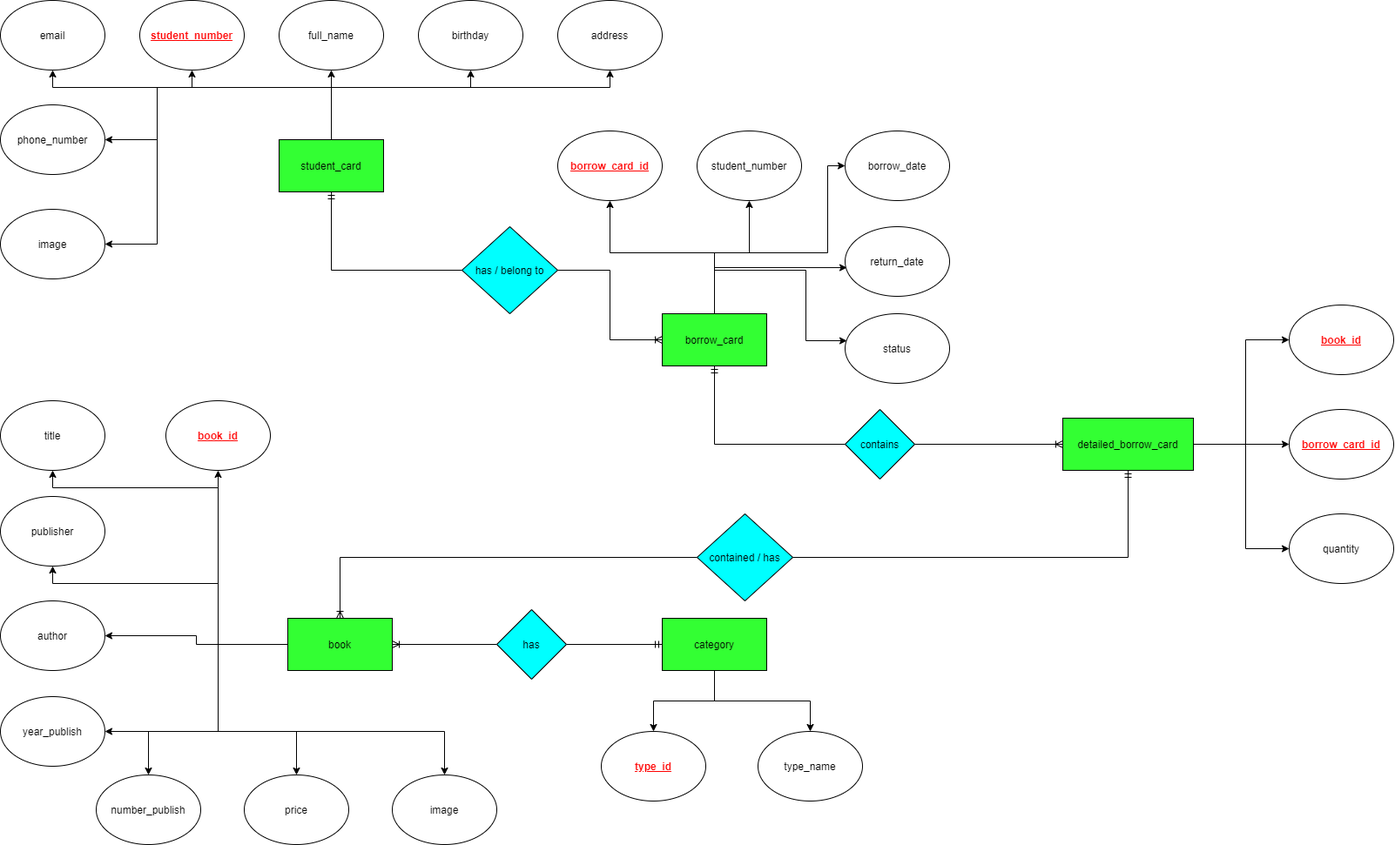
This is Module3/thao_tac_voi_CSDL/bai_tap/book_borrow_design.png from leechooncaao/C1020G1-LePhuocThanhCao, a draw.io export, as it was before one commit. Source tidied: cells renumbered, new cells last; positions are measured from the earlier drawing's top-left corner, leaving out a move shared by most shapes.
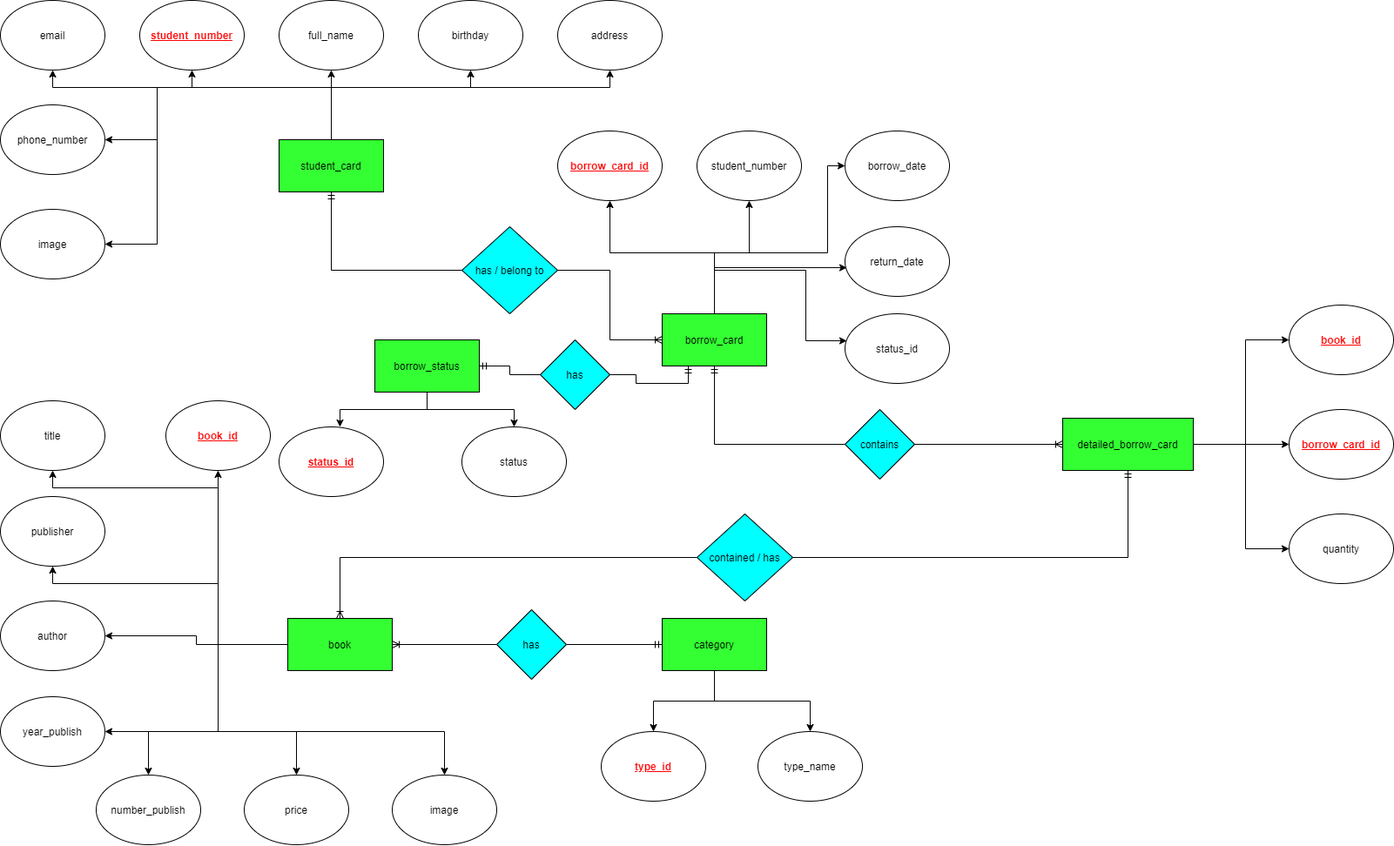
Later version of the same file.

The edit, as a diff of the source:
```diff
@@ -291,7 +291,7 @@
     <mxCell id="63" value="borrow_date" style="ellipse;whiteSpace=wrap;html=1;" parent="1" vertex="1">
       <mxGeometry x="970" y="150" width="120" height="80" as="geometry" />
     </mxCell>
-    <mxCell id="64" value="status" style="ellipse;whiteSpace=wrap;html=1;" parent="1" vertex="1">
+    <mxCell id="64" value="status_id" style="ellipse;whiteSpace=wrap;html=1;" parent="1" vertex="1">
       <mxGeometry x="970" y="360" width="120" height="80" as="geometry" />
     </mxCell>
     <mxCell id="65" value="return_date" style="ellipse;whiteSpace=wrap;html=1;" parent="1" vertex="1">
@@ -306,5 +306,29 @@
     <mxCell id="68" value="quantity" style="ellipse;whiteSpace=wrap;html=1;" parent="1" vertex="1">
       <mxGeometry x="1480" y="590" width="120" height="80" as="geometry" />
     </mxCell>
+    <mxCell id="69" style="edgeStyle=orthogonalEdgeStyle;rounded=0;jettySize=auto;html=1;entryX=0.583;entryY=0;entryDx=0;entryDy=0;entryPerimeter=0;endArrow=classic;endFill=1;" parent="1" edge="1" source="71" target="72">
+      <mxGeometry relative="1" as="geometry" />
+    </mxCell>
+    <mxCell id="70" style="edgeStyle=orthogonalEdgeStyle;rounded=0;jettySize=auto;html=1;endArrow=classic;endFill=1;" parent="1" edge="1" source="71" target="73">
+      <mxGeometry relative="1" as="geometry" />
+    </mxCell>
+    <mxCell id="71" value="borrow_status" style="rounded=0;whiteSpace=wrap;html=1;fillColor=#33FF33;" parent="1" vertex="1">
+      <mxGeometry x="430" y="390" width="120" height="60" as="geometry" />
+    </mxCell>
+    <mxCell id="72" value="&lt;b&gt;&lt;u&gt;&lt;font color=&quot;#ff0000&quot;&gt;status_id&lt;/font&gt;&lt;/u&gt;&lt;/b&gt;" style="ellipse;whiteSpace=wrap;html=1;" parent="1" vertex="1">
+      <mxGeometry x="320" y="490" width="120" height="80" as="geometry" />
+    </mxCell>
+    <mxCell id="73" value="status" style="ellipse;whiteSpace=wrap;html=1;" parent="1" vertex="1">
+      <mxGeometry x="530" y="490" width="120" height="80" as="geometry" />
+    </mxCell>
+    <mxCell id="74" style="edgeStyle=orthogonalEdgeStyle;rounded=0;jettySize=auto;html=1;entryX=0.25;entryY=1;entryDx=0;entryDy=0;endArrow=ERmandOne;endFill=0;" parent="1" edge="1" source="76" target="16">
+      <mxGeometry relative="1" as="geometry" />
+    </mxCell>
+    <mxCell id="75" style="edgeStyle=orthogonalEdgeStyle;rounded=0;jettySize=auto;html=1;endArrow=ERmandOne;endFill=0;" parent="1" edge="1" source="76" target="71">
+      <mxGeometry relative="1" as="geometry" />
+    </mxCell>
+    <mxCell id="76" value="has" style="rhombus;whiteSpace=wrap;html=1;fillColor=#00FFFF;" parent="1" vertex="1">
+      <mxGeometry x="620" y="390" width="80" height="80" as="geometry" />
+    </mxCell>
   </root>
 </mxGraphModel>
```
